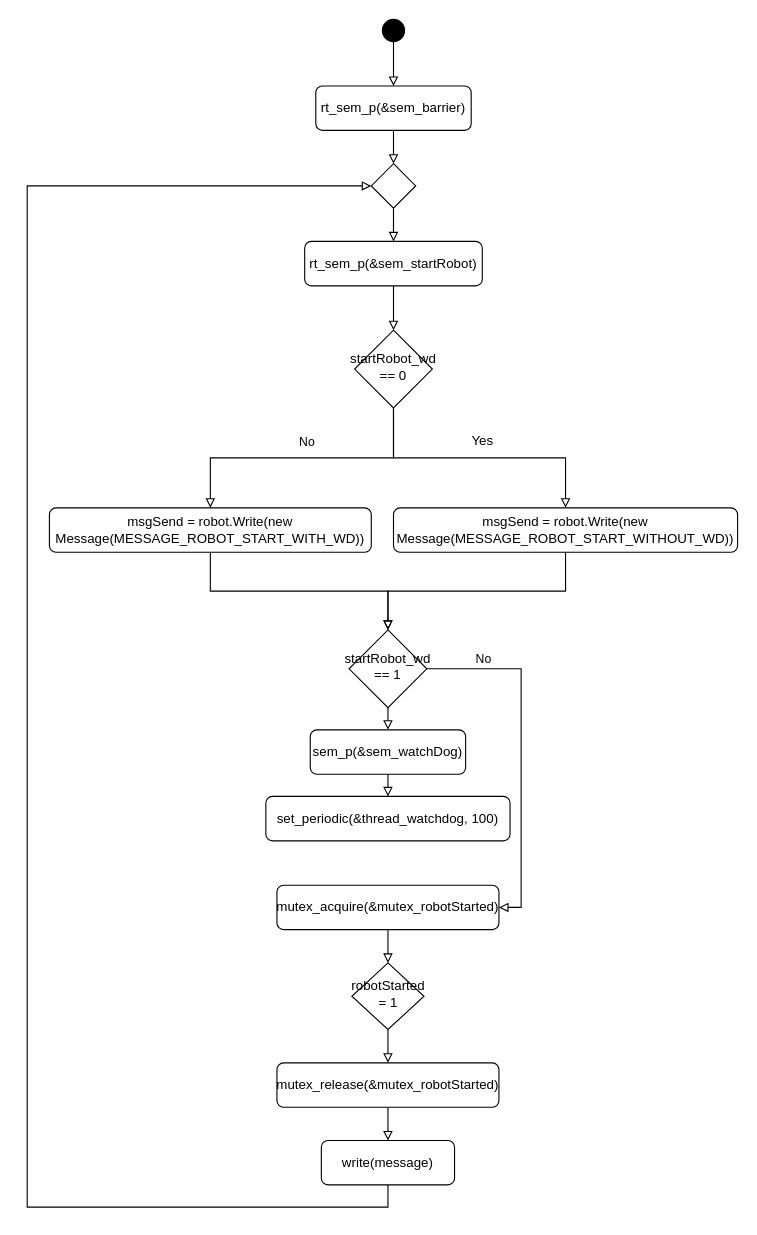
This is Conception/Thread startRobot.drawio from Rayanem/Temps_reel, a draw.io file, before an edit. Source tidied: cells renumbered, new cells numbered last; positions are measured from the earlier drawing's top-left corner, leaving out a move shared by most shapes. Both pictures are drawn from the tidied source at 111%, with x=0, y=0 at pixel (27, 19).
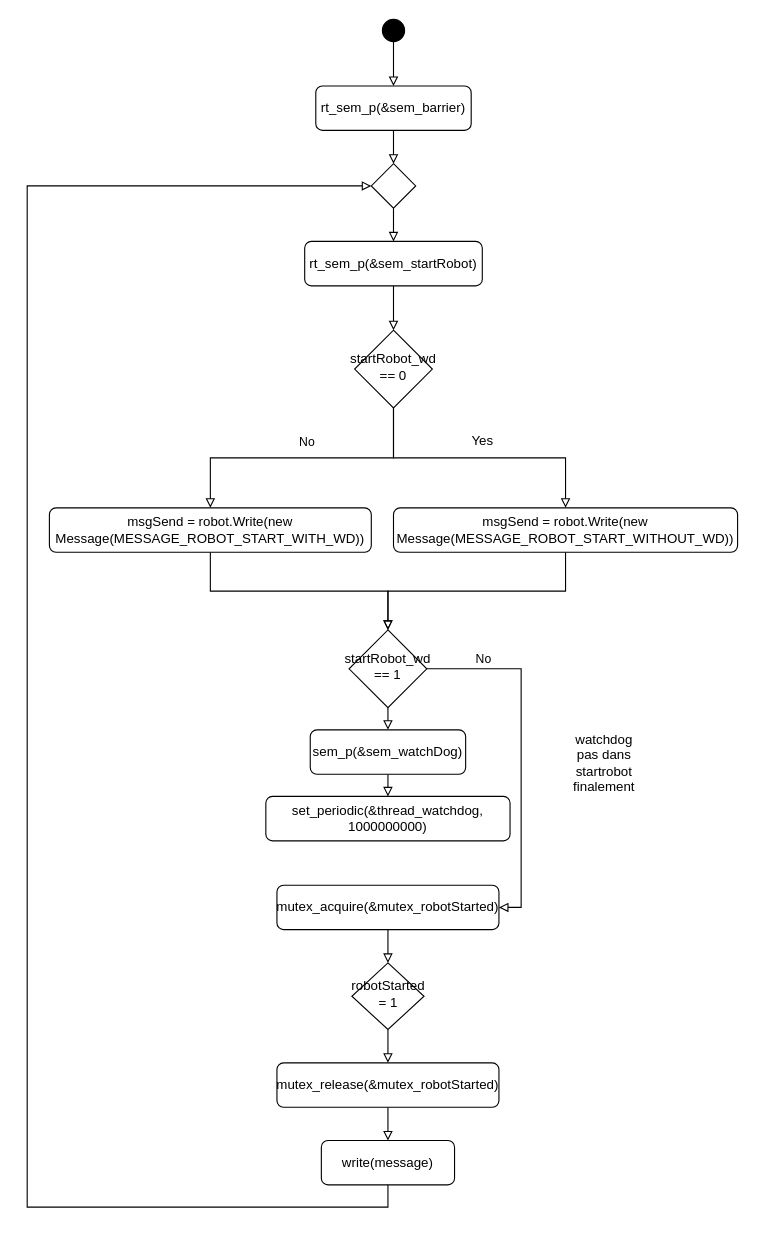
The same page after the edit.

The edit, as a diff of the source:
```diff
@@
-    <mxCell id="33" value="set_periodic(&amp;amp;thread_watchdog, 100)" style="rounded=1;whiteSpace=wrap;html=1;fontSize=12;glass=0;strokeWidth=1;shadow=0;" parent="1" vertex="1">
+    <mxCell id="33" value="set_periodic(&amp;amp;thread_watchdog, 1000000000)" style="rounded=1;whiteSpace=wrap;html=1;fontSize=12;glass=0;strokeWidth=1;shadow=0;" parent="1" vertex="1">
       <mxGeometry x="215" y="700" width="220" height="40" as="geometry" />
     </mxCell>
+    <mxCell id="34" value="watchdog pas dans startrobot finalement" style="text;html=1;strokeColor=none;fillColor=none;align=center;verticalAlign=middle;whiteSpace=wrap;rounded=0;" parent="1" vertex="1">
+      <mxGeometry x="500" y="660" width="40" height="20" as="geometry" />
+    </mxCell>
```
